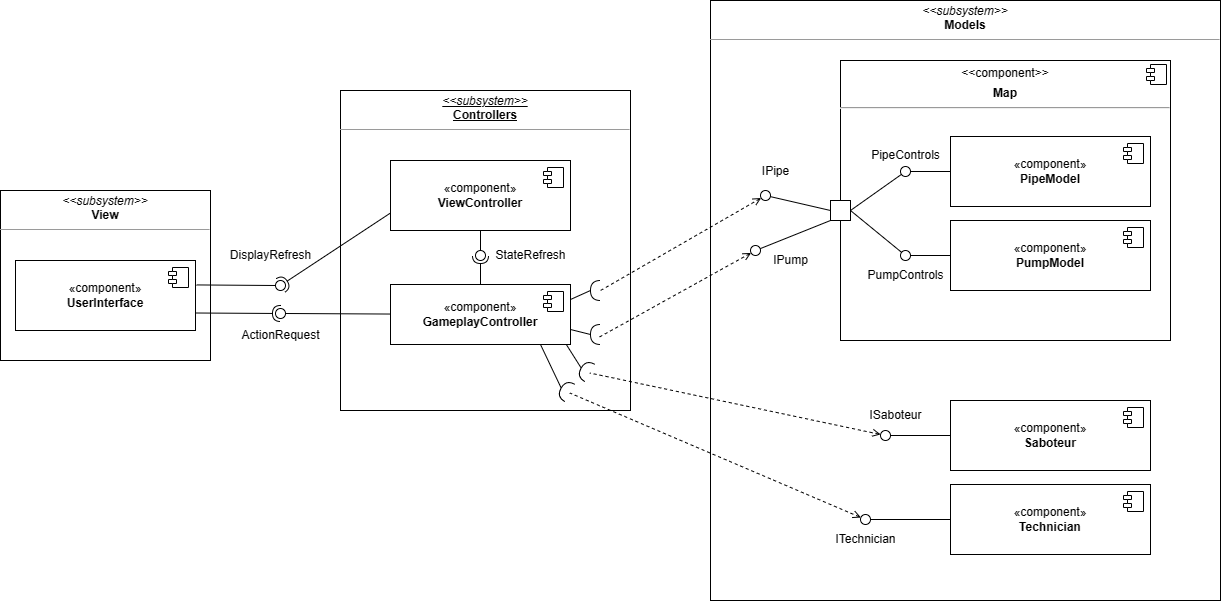
Before: misc/diagrams/component.drawio.png, a diagram exported from draw.io (RuntimeError-BME/coursework). Source tidied: cells renumbered, new cells last; positions are measured from the earlier drawing's top-left corner, leaving out a move shared by most shapes.
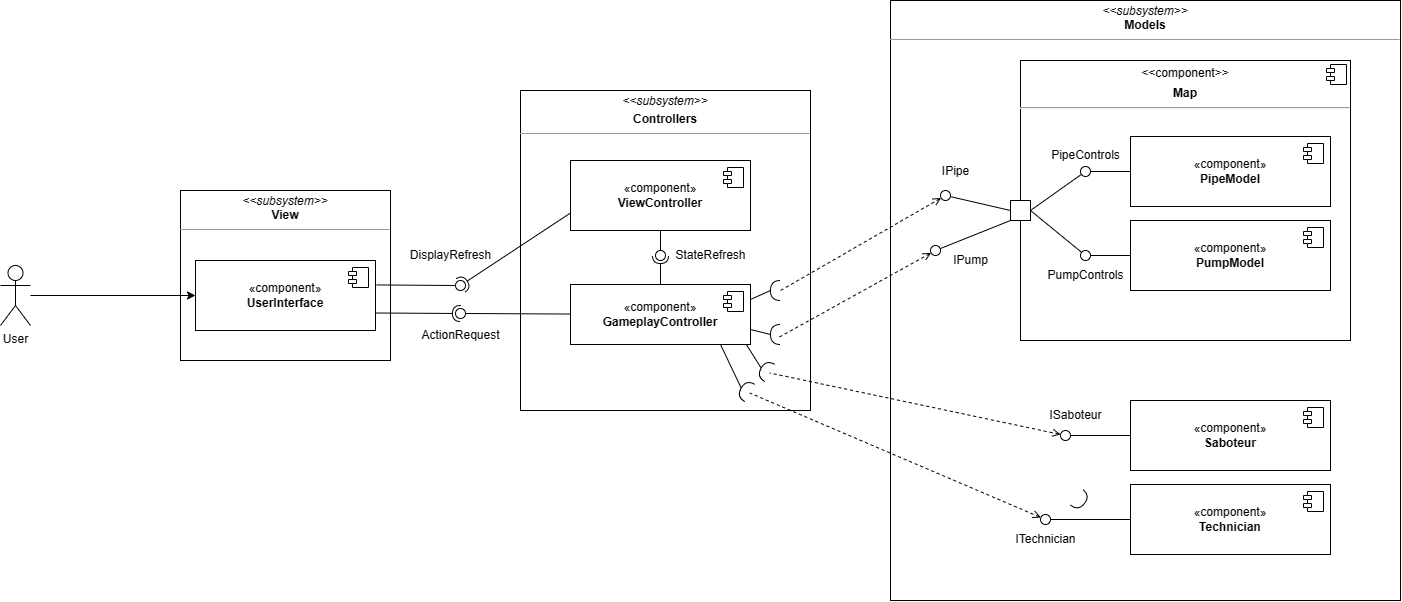
After the commit.

The edit, as a diff of the source:
```diff
@@ -5,7 +5,7 @@
     <mxCell id="2" value="&lt;p style=&quot;margin:0px;margin-top:4px;text-align:center;&quot;&gt;&lt;i&gt;&amp;lt;&amp;lt;subsystem&amp;gt;&amp;gt;&lt;/i&gt;&lt;br&gt;&lt;b&gt;View&lt;/b&gt;&lt;/p&gt;&lt;hr size=&quot;1&quot;&gt;&lt;p style=&quot;margin:0px;margin-left:4px;&quot;&gt;&lt;br&gt;&lt;/p&gt;" style="verticalAlign=top;align=left;overflow=fill;fontSize=12;fontFamily=Helvetica;html=1;whiteSpace=wrap;" parent="1" vertex="1">
       <mxGeometry y="190" width="210" height="170" as="geometry" />
     </mxCell>
-    <mxCell id="3" value="&lt;p style=&quot;margin:0px;margin-top:4px;text-align:center;&quot;&gt;&lt;i&gt;&amp;lt;&amp;lt;subsystem&amp;gt;&amp;gt;&lt;/i&gt;&lt;br&gt;&lt;b&gt;Controllers&lt;/b&gt;&lt;/p&gt;&lt;hr size=&quot;1&quot;&gt;&lt;p style=&quot;margin:0px;margin-left:4px;&quot;&gt;&lt;br&gt;&lt;/p&gt;" style="verticalAlign=top;align=left;overflow=fill;fontSize=12;fontFamily=Helvetica;html=1;whiteSpace=wrap;fontStyle=4;" parent="1" vertex="1">
+    <mxCell id="3" value="&lt;p style=&quot;margin:0px;margin-top:4px;text-align:center;&quot;&gt;&lt;i&gt;&amp;lt;&amp;lt;subsystem&amp;gt;&amp;gt;&lt;/i&gt;&lt;/p&gt;&lt;p style=&quot;margin:0px;margin-top:4px;text-align:center;&quot;&gt;&lt;b style=&quot;background-color: initial;&quot;&gt;Controllers&lt;/b&gt;&lt;/p&gt;&lt;hr size=&quot;1&quot;&gt;&lt;p style=&quot;margin:0px;margin-left:4px;&quot;&gt;&lt;br&gt;&lt;/p&gt;" style="verticalAlign=top;align=left;overflow=fill;fontSize=12;fontFamily=Helvetica;html=1;whiteSpace=wrap;fontStyle=0;" parent="1" vertex="1">
       <mxGeometry x="340" y="90" width="290" height="320" as="geometry" />
     </mxCell>
     <mxCell id="4" value="&lt;p style=&quot;margin:0px;margin-top:4px;text-align:center;&quot;&gt;&lt;i&gt;&amp;lt;&amp;lt;subsystem&amp;gt;&amp;gt;&lt;/i&gt;&lt;br&gt;&lt;b&gt;Models&lt;/b&gt;&lt;/p&gt;&lt;hr size=&quot;1&quot;&gt;&lt;p style=&quot;margin:0px;margin-left:4px;&quot;&gt;&lt;br&gt;&lt;/p&gt;" style="verticalAlign=top;align=left;overflow=fill;fontSize=12;fontFamily=Helvetica;html=1;whiteSpace=wrap;" parent="1" vertex="1">
@@ -214,5 +214,16 @@
     <mxCell id="65" style="endArrow=none;dashed=1;html=1;rounded=0;startArrow=open;startFill=0;entryX=0;entryY=0.5;entryDx=0;entryDy=0;entryPerimeter=0;" parent="1" edge="1" source="49" target="61">
       <mxGeometry relative="1" as="geometry" />
     </mxCell>
+    <mxCell id="66" style="shape=requiredInterface;html=1;verticalLabelPosition=bottom;sketch=0;rotation=40;" parent="1" vertex="1">
+      <mxGeometry x="895" y="490" width="10" height="20" as="geometry" />
+    </mxCell>
+    <mxCell id="67" style="edgeStyle=orthogonalEdgeStyle;rounded=0;jettySize=auto;html=1;" parent="1" edge="1" source="68">
+      <mxGeometry relative="1" as="geometry">
+        <mxPoint x="15" y="295" as="targetPoint" />
+      </mxGeometry>
+    </mxCell>
+    <mxCell id="68" value="User" style="shape=umlActor;verticalLabelPosition=bottom;verticalAlign=top;html=1;outlineConnect=0;" parent="1" vertex="1">
+      <mxGeometry x="-180" y="265" width="30" height="60" as="geometry" />
+    </mxCell>
   </root>
 </mxGraphModel>
```
